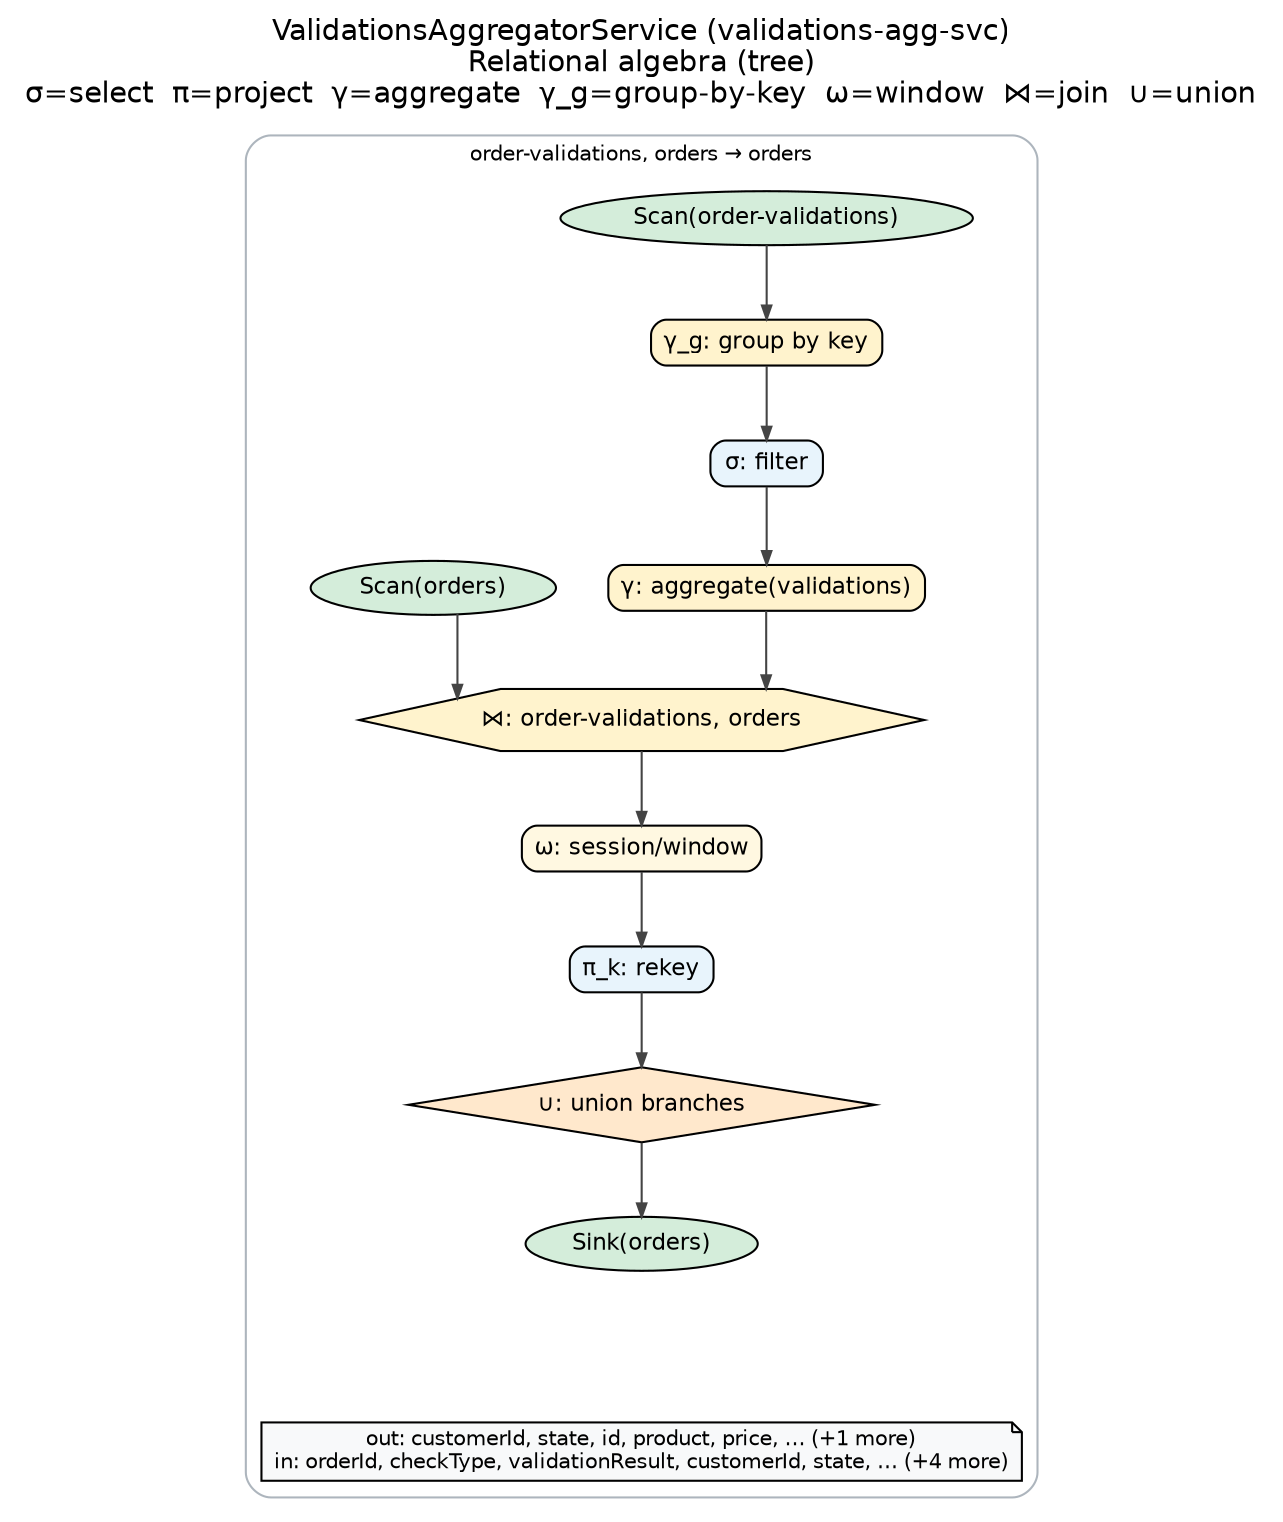
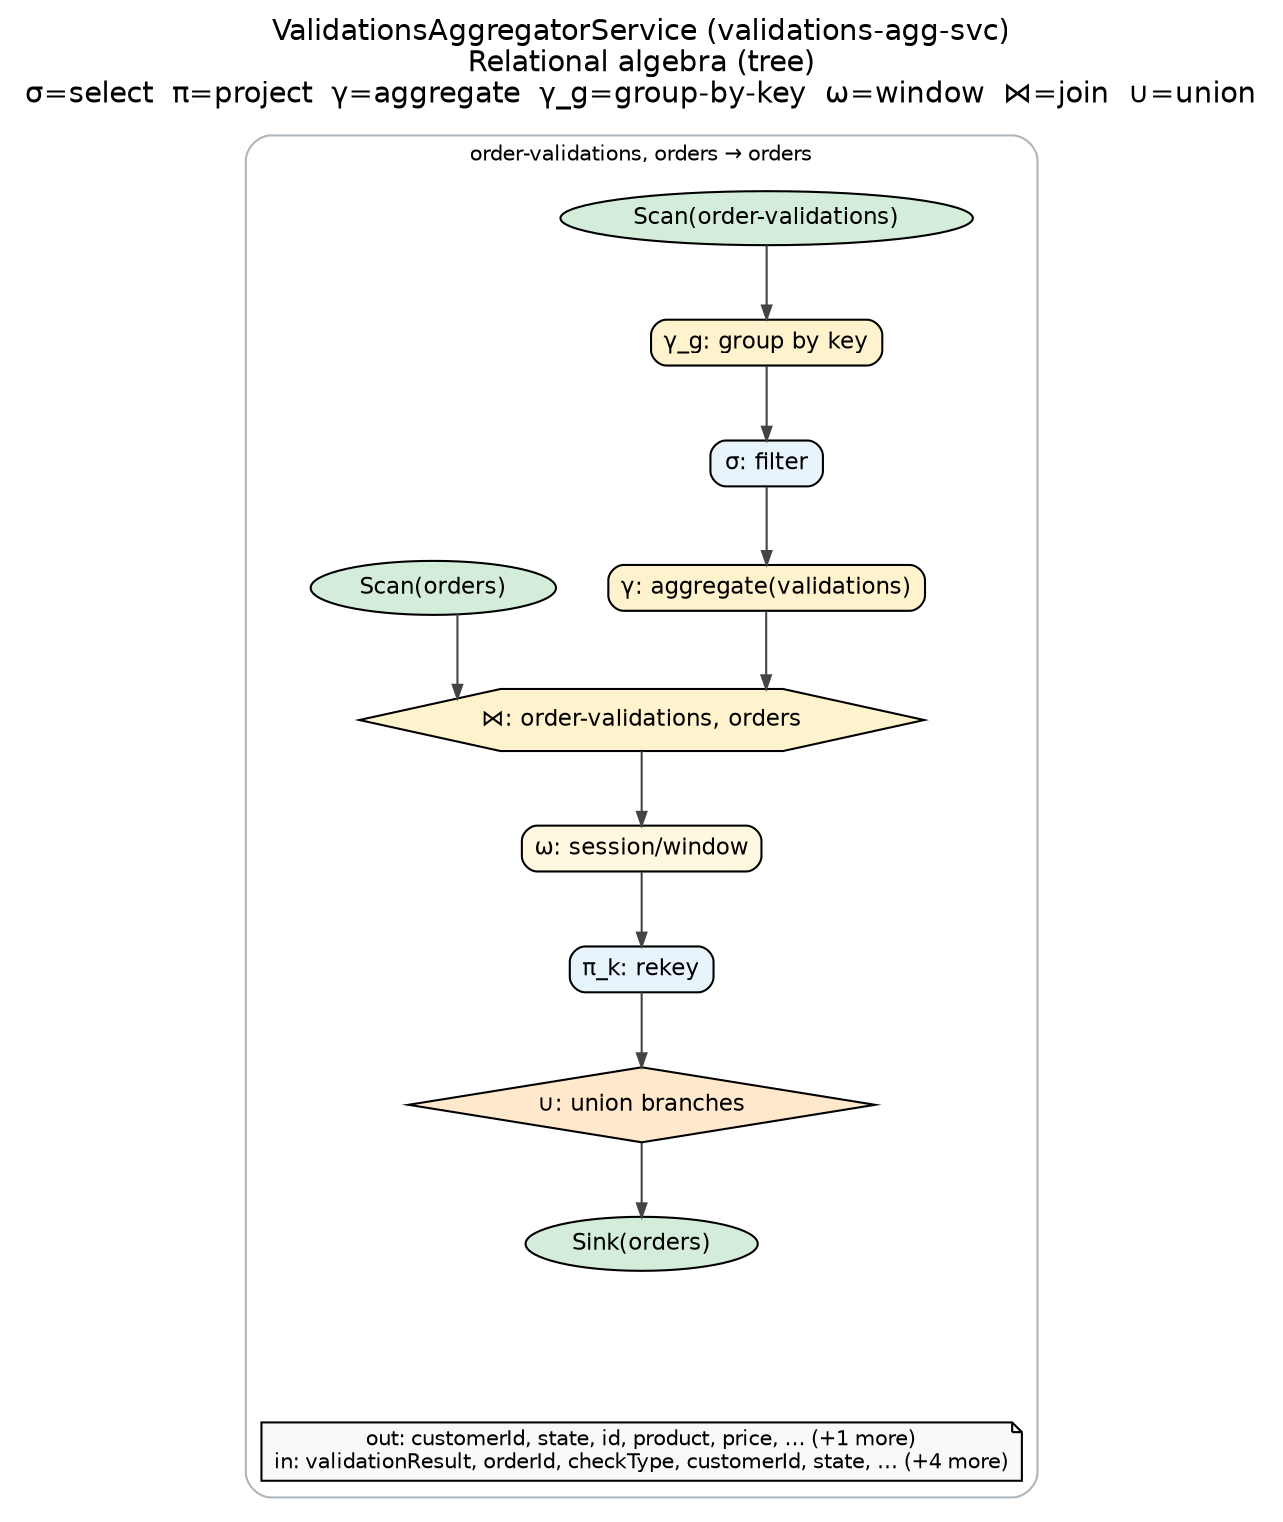
digraph ra {
  graph [rankdir=TB, bgcolor="white", fontname="Helvetica", splines=ortho, nodesep=0.35, ranksep=0.5, ordering="out"];
  node [fontname="Helvetica", fontsize=11, style=filled, height=0.3, margin="0.08,0.04"];
  edge [fontname="Helvetica", color="#444444", arrowsize=0.65];
  label="ValidationsAggregatorService (validations-agg-svc)\nRelational algebra (tree)\nσ=select  π=project  γ=aggregate  γ_g=group-by-key  ω=window  ⋈=join  ∪=union";
  labelloc=t;
  fontsize=14;
  subgraph cluster_0 {
    label="order-validations, orders → orders"; style=rounded; color="#adb5bd"; fontsize=10;
    p0_sink_orders [label="Sink(orders)", shape=ellipse, style="filled", fillcolor="#d4edda"];
    p0_union_1 [label="∪: union branches", shape=diamond, style="filled", fillcolor="#ffe8cc"];
    p0_rekey_selectkey_2 [label="π_k: rekey", shape=box, style="rounded,filled", fillcolor="#e8f4fc"];
    p0_window_3 [label="ω: session/window", shape=box, style="rounded,filled", fillcolor="#fff8e1"];
    p0_join_4 [label="⋈: order-validations, orders", shape=hexagon, style="filled", fillcolor="#fff3cd"];
    p0_gamma_aggregate_5 [label="γ: aggregate(validations)", shape=box, style="rounded,filled", fillcolor="#fff3cd"];
    p0_sigma_filter_6 [label="σ: filter", shape=box, style="rounded,filled", fillcolor="#e8f4fc"];
    p0_group_groupbykey_7 [label="γ_g: group by key", shape=box, style="rounded,filled", fillcolor="#fff3cd"];
    p0_scan_order_validations [label="Scan(order-validations)", shape=ellipse, style="filled", fillcolor="#d4edda"];
    p0_scan_order_validations -> p0_group_groupbykey_7;
    p0_group_groupbykey_7 -> p0_sigma_filter_6;
    p0_sigma_filter_6 -> p0_gamma_aggregate_5;
    p0_gamma_aggregate_5 -> p0_join_4;
    p0_scan_orders [label="Scan(orders)", shape=ellipse, style="filled", fillcolor="#d4edda"];
    p0_scan_orders -> p0_join_4;
    { rank=same; p0_gamma_aggregate_5; p0_scan_orders; }
    p0_join_4 -> p0_window_3;
    p0_window_3 -> p0_rekey_selectkey_2;
    p0_rekey_selectkey_2 -> p0_union_1;
    p0_union_1 -> p0_sink_orders;
    r0anchor [style=invis, width=0, height=0, label=""];
    p0_sink_orders -> r0anchor [style=invis];
    r0anchor -> r0note [style=invis];
-     r0note [label="out: customerId, state, id, product, price, … (+1 more)\nin: orderId, checkType, validationResult, customerId, state, … (+4 more)", shape=note, fillcolor="#f8f9fa", fontsize=10];
+     r0note [label="out: customerId, state, id, product, price, … (+1 more)\nin: validationResult, orderId, checkType, customerId, state, … (+4 more)", shape=note, fillcolor="#f8f9fa", fontsize=10];
    { rank=max; r0note; }
  }
}